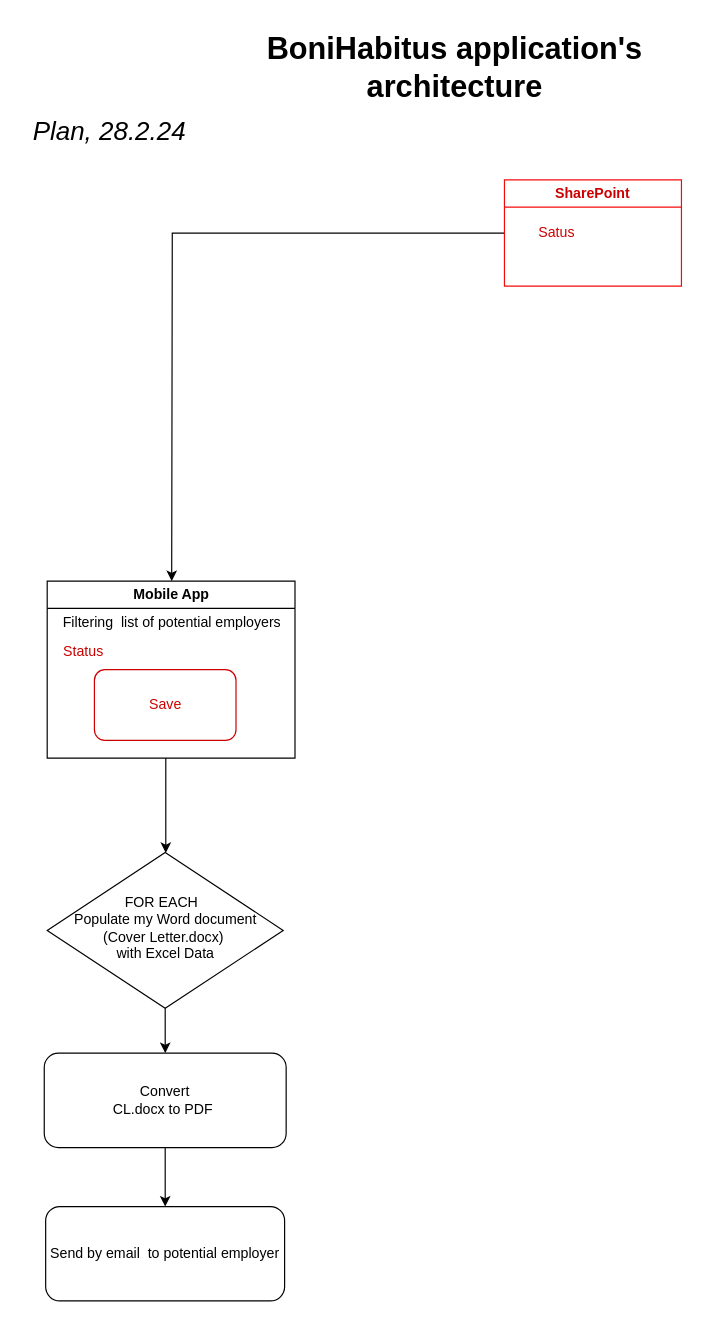
The draw.io diagram Untitled Diagram.drawio in Rudakop/BoniHabitusApp, before the edit. Source tidied: cells renumbered, new cells numbered last; positions are measured from the earlier drawing's top-left corner, leaving out a move shared by most shapes. Both pictures are drawn from the tidied source at 118%, with x=0, y=0 at pixel (20, 20).
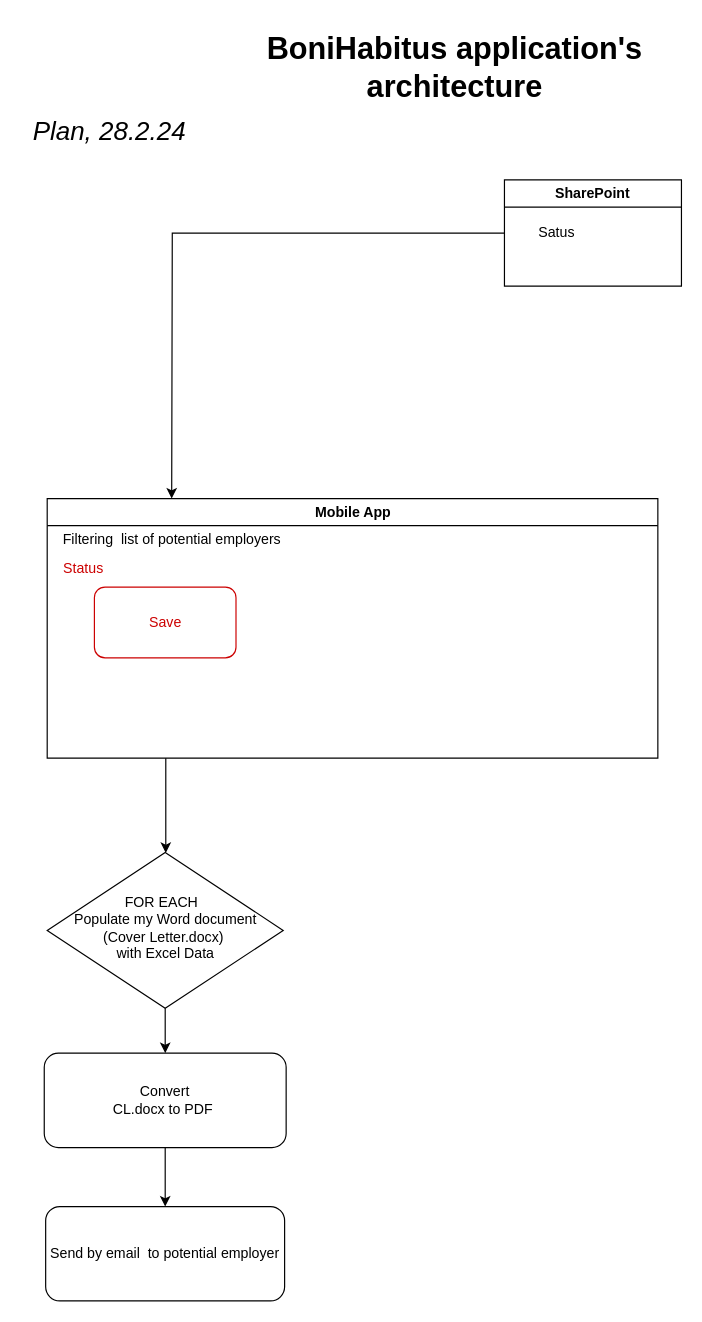
Above is the later version.

Diff of the diagram source:
```diff
@@
 <mxGraphModel>
   <root>
     <mxCell id="0" />
     <mxCell id="1" parent="0" />
     <mxCell id="2" value="&lt;font size=&quot;1&quot; style=&quot;&quot;&gt;&lt;i style=&quot;font-size: 22px;&quot;&gt;Plan, 28.2.24&lt;/i&gt;&lt;/font&gt;" style="text;html=1;align=center;verticalAlign=middle;strokeColor=none;fillColor=none;" parent="1" vertex="1">
       <mxGeometry y="75" width="150" height="40" as="geometry" />
     </mxCell>
     <mxCell id="3" value="&lt;font style=&quot;font-size: 26px;&quot;&gt;&lt;b&gt;&amp;nbsp;BoniHabitus&amp;nbsp;&lt;/b&gt;&lt;b style=&quot;border-color: var(--border-color);&quot;&gt;application's&lt;/b&gt;&lt;b&gt;&lt;br&gt;&amp;nbsp;architecture&lt;/b&gt;&lt;/font&gt;" style="text;html=1;align=center;verticalAlign=middle;strokeColor=none;fillColor=none;" parent="1" vertex="1">
       <mxGeometry x="189" width="350" height="80" as="geometry" />
     </mxCell>
     <mxCell id="4" style="edgeStyle=orthogonalEdgeStyle;rounded=0;jettySize=auto;html=1;" parent="1" edge="1" source="5" target="7">
       <mxGeometry relative="1" as="geometry" />
     </mxCell>
     <mxCell id="5" value="FOR EACH&amp;nbsp;&amp;nbsp;&lt;br&gt;Populate my Word document (Cover Letter.docx)&amp;nbsp;&lt;br&gt;with Excel Data" style="rhombus;whiteSpace=wrap;html=1;shadow=0;fontFamily=Helvetica;fontSize=12;align=center;strokeWidth=1;spacing=6;spacingTop=-4;" parent="1" vertex="1">
       <mxGeometry x="22.5" y="705" width="200" height="132" as="geometry" />
     </mxCell>
     <mxCell id="6" style="edgeStyle=orthogonalEdgeStyle;rounded=0;jettySize=auto;html=1;" parent="1" edge="1" source="7" target="8">
       <mxGeometry relative="1" as="geometry" />
     </mxCell>
     <mxCell id="7" value="Convert &lt;br&gt;CL.docx to PDF&amp;nbsp;" style="rounded=1;whiteSpace=wrap;html=1;fontSize=12;glass=0;strokeWidth=1;shadow=0;" parent="1" vertex="1">
       <mxGeometry x="20" y="875" width="205" height="80" as="geometry" />
     </mxCell>
     <mxCell id="8" value="Send by email&amp;nbsp; to potential employer" style="rounded=1;whiteSpace=wrap;html=1;" parent="1" vertex="1">
       <mxGeometry x="21.2" y="1005" width="202.5" height="80" as="geometry" />
     </mxCell>
     <mxCell id="9" style="edgeStyle=orthogonalEdgeStyle;rounded=0;jettySize=auto;html=1;" parent="1" edge="1" source="10" target="5">
       <mxGeometry relative="1" as="geometry">
         <Array as="points">
           <mxPoint x="123" y="645" />
           <mxPoint x="123" y="645" />
         </Array>
       </mxGeometry>
     </mxCell>
     <mxCell id="10" value="Mobile App" style="swimlane;whiteSpace=wrap;html=1;" parent="1" vertex="1">
-      <mxGeometry x="22.5" y="475" width="210" height="150" as="geometry" />
+      <mxGeometry x="22.5" y="405" width="517.5" height="220" as="geometry" />
     </mxCell>
     <mxCell id="11" value="Filtering&amp;nbsp; list of potential employers" style="text;html=1;align=center;verticalAlign=middle;strokeColor=none;fillColor=none;" parent="10" vertex="1">
       <mxGeometry y="20" width="210" height="30" as="geometry" />
     </mxCell>
     <mxCell id="12" value="Save" style="rounded=1;whiteSpace=wrap;html=1;fontColor=#CC0000;strokeColor=#CC0000;" parent="10" vertex="1">
       <mxGeometry x="40" y="75" width="120" height="60" as="geometry" />
     </mxCell>
     <mxCell id="13" value="Status" style="text;html=1;align=center;verticalAlign=middle;strokeColor=none;fillColor=none;fontColor=#CC0000;" parent="10" vertex="1">
       <mxGeometry y="45" width="60" height="30" as="geometry" />
     </mxCell>
     <mxCell id="14" style="edgeStyle=orthogonalEdgeStyle;rounded=0;jettySize=auto;html=1;" parent="1" edge="1" source="15">
       <mxGeometry relative="1" as="geometry">
-        <mxPoint x="128" y="475" as="targetPoint" />
+        <mxPoint x="128" y="405" as="targetPoint" />
       </mxGeometry>
     </mxCell>
-    <mxCell id="15" value="&lt;font color=&quot;#cc0000&quot;&gt;SharePoint&lt;/font&gt;" style="swimlane;whiteSpace=wrap;html=1;strokeColor=#f50a0a;" parent="1" vertex="1">
+    <mxCell id="15" value="SharePoint" style="swimlane;whiteSpace=wrap;html=1;strokeColor=#000000;" parent="1" vertex="1">
       <mxGeometry x="410" y="135" width="150" height="90" as="geometry" />
     </mxCell>
-    <mxCell id="16" value="Satus" style="text;html=1;align=center;verticalAlign=middle;strokeColor=none;fillColor=none;fontColor=#CC0000;" parent="15" vertex="1">
+    <mxCell id="16" value="Satus" style="text;html=1;align=center;verticalAlign=middle;strokeColor=none;fillColor=none;fontColor=#000000;" parent="15" vertex="1">
       <mxGeometry x="19.3" y="30" width="50" height="30" as="geometry" />
     </mxCell>
   </root>
 </mxGraphModel>
```
